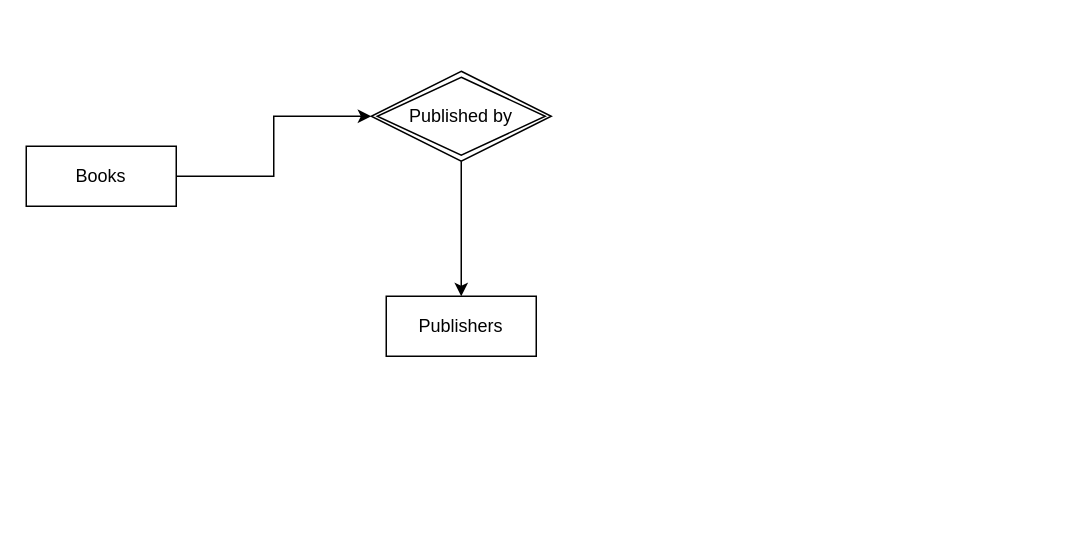
This is page "ER-Diagram" (1 of 3) of Project Task1.drawio from AseelHeyari96/task1, a draw.io file, before an edit. Source tidied: cells renumbered, new cells numbered last; positions are measured from the earlier drawing's top-left corner, leaving out a move shared by most shapes. Both pictures are drawn from the tidied source at 150%, with x=0, y=0 at pixel (26, 70).
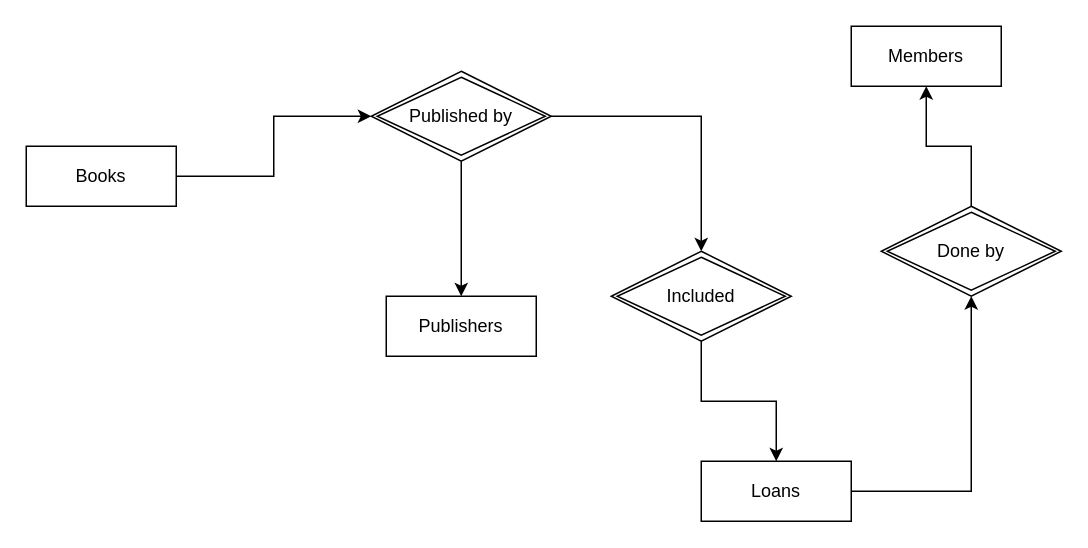
After the change.

The edit, as a diff of the source:
```diff
@@
 <mxGraphModel>
   <root>
     <mxCell id="0" />
     <mxCell id="1" parent="0" />
     <mxCell id="2" value="Publishers" style="whiteSpace=wrap;html=1;align=center;" parent="1" vertex="1">
       <mxGeometry x="240" y="150" width="100" height="40" as="geometry" />
     </mxCell>
     <mxCell id="3" style="edgeStyle=orthogonalEdgeStyle;rounded=0;jettySize=auto;html=1;entryX=0;entryY=0.5;entryDx=0;entryDy=0;" parent="1" edge="1" source="4" target="6">
       <mxGeometry relative="1" as="geometry" />
     </mxCell>
     <mxCell id="4" value="Books" style="whiteSpace=wrap;html=1;align=center;" parent="1" vertex="1">
       <mxGeometry y="50" width="100" height="40" as="geometry" />
     </mxCell>
     <mxCell id="5" style="edgeStyle=orthogonalEdgeStyle;rounded=0;jettySize=auto;html=1;exitX=0.5;exitY=1;exitDx=0;exitDy=0;entryX=0.5;entryY=0;entryDx=0;entryDy=0;" parent="1" edge="1" source="6" target="2">
       <mxGeometry relative="1" as="geometry" />
     </mxCell>
+    <mxCell id="7" style="edgeStyle=orthogonalEdgeStyle;rounded=0;jettySize=auto;html=1;exitX=1;exitY=0.5;exitDx=0;exitDy=0;entryX=0.5;entryY=0;entryDx=0;entryDy=0;" parent="1" edge="1" source="6" target="12">
+      <mxGeometry relative="1" as="geometry" />
+    </mxCell>
     <mxCell id="6" value="Published by" style="shape=rhombus;double=1;perimeter=rhombusPerimeter;whiteSpace=wrap;html=1;align=center;" parent="1" vertex="1">
       <mxGeometry x="230" width="120" height="60" as="geometry" />
     </mxCell>
+    <mxCell id="8" style="edgeStyle=orthogonalEdgeStyle;rounded=0;jettySize=auto;html=1;exitX=1;exitY=0.5;exitDx=0;exitDy=0;entryX=0.5;entryY=1;entryDx=0;entryDy=0;" parent="1" edge="1" source="9" target="14">
+      <mxGeometry relative="1" as="geometry" />
+    </mxCell>
+    <mxCell id="9" value="Loans" style="whiteSpace=wrap;html=1;align=center;" parent="1" vertex="1">
+      <mxGeometry x="450" y="260" width="100" height="40" as="geometry" />
+    </mxCell>
+    <mxCell id="10" value="Members" style="whiteSpace=wrap;html=1;align=center;" parent="1" vertex="1">
+      <mxGeometry x="550" y="-30" width="100" height="40" as="geometry" />
+    </mxCell>
+    <mxCell id="11" style="edgeStyle=orthogonalEdgeStyle;rounded=0;jettySize=auto;html=1;exitX=0.5;exitY=1;exitDx=0;exitDy=0;entryX=0.5;entryY=0;entryDx=0;entryDy=0;" parent="1" edge="1" source="12" target="9">
+      <mxGeometry relative="1" as="geometry" />
+    </mxCell>
+    <mxCell id="12" value="Included" style="shape=rhombus;double=1;perimeter=rhombusPerimeter;whiteSpace=wrap;html=1;align=center;" parent="1" vertex="1">
+      <mxGeometry x="390" y="120" width="120" height="60" as="geometry" />
+    </mxCell>
+    <mxCell id="13" style="edgeStyle=orthogonalEdgeStyle;rounded=0;jettySize=auto;html=1;exitX=0.5;exitY=0;exitDx=0;exitDy=0;entryX=0.5;entryY=1;entryDx=0;entryDy=0;" parent="1" edge="1" source="14" target="10">
+      <mxGeometry relative="1" as="geometry" />
+    </mxCell>
+    <mxCell id="14" value="Done by" style="shape=rhombus;double=1;perimeter=rhombusPerimeter;whiteSpace=wrap;html=1;align=center;" parent="1" vertex="1">
+      <mxGeometry x="570" y="90" width="120" height="60" as="geometry" />
+    </mxCell>
   </root>
 </mxGraphModel>
```
